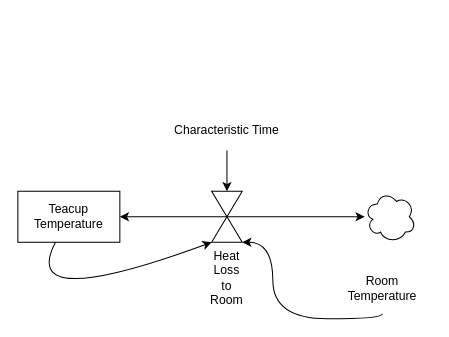
Before: teacup.drawio in ScienceGamez/drawio_pysd, a draw.io diagram. Source tidied: cells renumbered, new cells numbered last; positions are measured from the earlier drawing's top-left corner, leaving out a move shared by most shapes. Both pictures are drawn from the tidied source at 102%, with x=0, y=0 at pixel (17, 109).
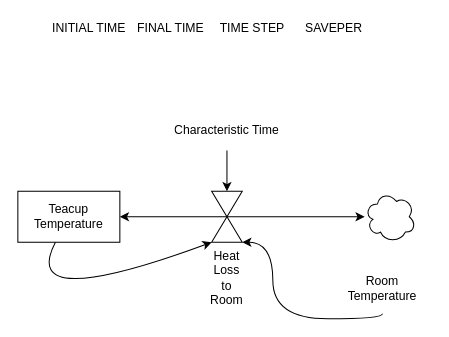
Above is the later version.

Diff of the diagram source:
```diff
@@
+    <object id="12" label="%Name%" Name="INITIAL TIME" placeholders="1">
+      <mxCell style="text;html=1;strokeColor=none;fillColor=none;align=center;verticalAlign=middle;whiteSpace=wrap;overflow=hidden;" parent="1" vertex="1">
+        <mxGeometry x="30" y="-90" width="80" height="20" as="geometry" />
+      </mxCell>
+    </object>
+    <object id="13" label="%Name%" Name="FINAL TIME" placeholders="1">
+      <mxCell style="text;html=1;strokeColor=none;fillColor=none;align=center;verticalAlign=middle;whiteSpace=wrap;overflow=hidden;" parent="1" vertex="1">
+        <mxGeometry x="110" y="-90" width="80" height="20" as="geometry" />
+      </mxCell>
+    </object>
+    <object id="14" label="%Name%" Name="TIME STEP" placeholders="1">
+      <mxCell style="text;html=1;strokeColor=none;fillColor=none;align=center;verticalAlign=middle;whiteSpace=wrap;overflow=hidden;" parent="1" vertex="1">
+        <mxGeometry x="190" y="-90" width="80" height="20" as="geometry" />
+      </mxCell>
+    </object>
+    <object id="15" label="%Name%" Name="SAVEPER" placeholders="1">
+      <mxCell style="text;html=1;strokeColor=none;fillColor=none;align=center;verticalAlign=middle;whiteSpace=wrap;overflow=hidden;" parent="1" vertex="1">
+        <mxGeometry x="270" y="-90" width="80" height="20" as="geometry" />
+      </mxCell>
+    </object>
```
